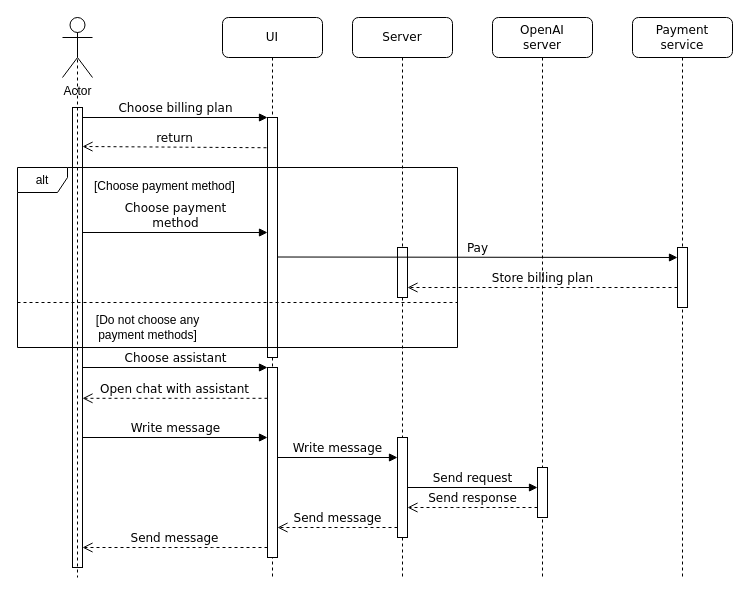
This is docs/raw_figs/system_logical_architecture.drawio from lyphrowny/Porphiriy, a draw.io file, before an edit. Source tidied: cells renumbered, new cells numbered last; positions are measured from the earlier drawing's top-left corner, leaving out a move shared by most shapes. Both pictures are drawn from the tidied source at 100%, with x=0, y=0 at pixel (17, 17).
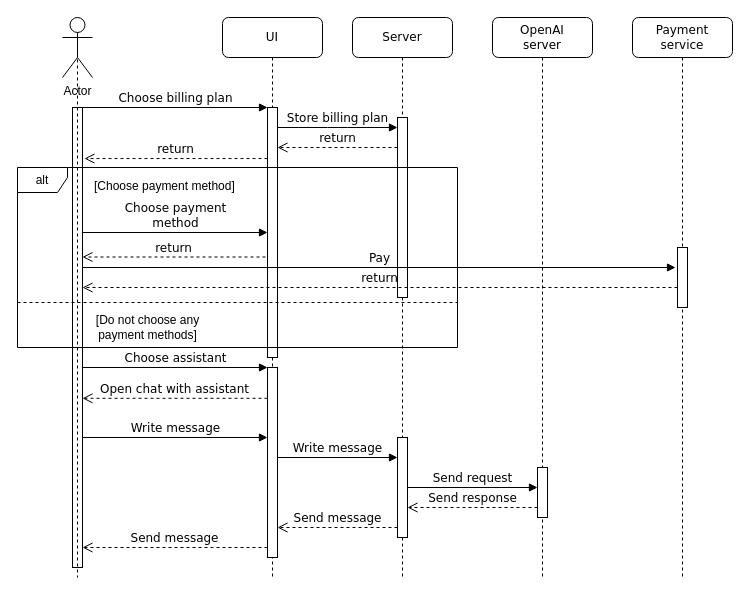
Above is the later version.

The change refers to these unchanged cells:
```xml
<mxCell id="2" value="UI" style="shape=umlLifeline;perimeter=lifelinePerimeter;whiteSpace=wrap;html=1;rounded=1;shadow=0;comic=0;labelBackgroundColor=none;strokeWidth=1;fontFamily=Verdana;fontSize=12;align=center;" parent="1" vertex="1">
  <mxGeometry x="205" width="100" height="560" as="geometry" />
</mxCell>
<mxCell id="5" value="Server" style="shape=umlLifeline;perimeter=lifelinePerimeter;whiteSpace=wrap;html=1;rounded=1;shadow=0;comic=0;labelBackgroundColor=none;strokeWidth=1;fontFamily=Verdana;fontSize=12;align=center;" parent="1" vertex="1">
  <mxGeometry x="335" width="100" height="560" as="geometry" />
</mxCell>
<mxCell id="9" value="Payment&lt;br&gt;service" style="shape=umlLifeline;perimeter=lifelinePerimeter;whiteSpace=wrap;html=1;rounded=1;shadow=0;comic=0;labelBackgroundColor=none;strokeWidth=1;fontFamily=Verdana;fontSize=12;align=center;" parent="1" vertex="1">
  <mxGeometry x="615" width="100" height="560" as="geometry" />
</mxCell>
<mxCell id="11" style="html=1;points=[];perimeter=orthogonalPerimeter;rounded=0;shadow=0;comic=0;labelBackgroundColor=none;strokeWidth=1;fontFamily=Verdana;fontSize=12;align=center;" parent="9" vertex="1">
  <mxGeometry x="45" y="230" width="10" height="60" as="geometry" />
</mxCell>
<mxCell id="15" style="html=1;points=[];perimeter=orthogonalPerimeter;rounded=0;shadow=0;comic=0;labelBackgroundColor=none;strokeWidth=1;fontFamily=Verdana;fontSize=12;align=center;" parent="1" vertex="1">
  <mxGeometry x="55" y="90" width="10" height="460" as="geometry" />
</mxCell>
<mxCell id="19" value="alt" style="shape=umlFrame;whiteSpace=wrap;html=1;width=50;height=25;" parent="1" vertex="1">
  <mxGeometry y="150" width="440" height="180" as="geometry" />
</mxCell>
```

What changed in the source:
```diff
@@
     <mxCell id="3" style="html=1;points=[];perimeter=orthogonalPerimeter;rounded=0;shadow=0;comic=0;labelBackgroundColor=none;strokeWidth=1;fontFamily=Verdana;fontSize=12;align=center;" parent="2" vertex="1">
-      <mxGeometry x="45" y="100" width="10" height="240" as="geometry" />
+      <mxGeometry x="45" y="90" width="10" height="250" as="geometry" />
     </mxCell>
@@
+    <mxCell id="18" value="return" style="html=1;verticalAlign=bottom;endArrow=open;dashed=1;endSize=8;labelBackgroundColor=none;fontFamily=Verdana;fontSize=12;" parent="2" edge="1">
+      <mxGeometry relative="1" as="geometry">
+        <mxPoint x="175" y="130" as="sourcePoint" />
+        <mxPoint x="55" y="130" as="targetPoint" />
+      </mxGeometry>
+    </mxCell>
+    <mxCell id="32" value="Store billing plan" style="html=1;verticalAlign=bottom;endArrow=block;labelBackgroundColor=none;fontFamily=Verdana;fontSize=12;edgeStyle=elbowEdgeStyle;elbow=vertical;" parent="2" edge="1">
+      <mxGeometry relative="1" as="geometry">
+        <mxPoint x="55" y="110" as="sourcePoint" />
+        <mxPoint x="175" y="110" as="targetPoint" />
+      </mxGeometry>
+    </mxCell>
@@
     <mxCell id="6" style="html=1;points=[];perimeter=orthogonalPerimeter;rounded=0;shadow=0;comic=0;labelBackgroundColor=none;strokeWidth=1;fontFamily=Verdana;fontSize=12;align=center;" parent="5" vertex="1">
-      <mxGeometry x="45" y="230" width="10" height="50" as="geometry" />
+      <mxGeometry x="45" y="100" width="10" height="180" as="geometry" />
     </mxCell>
@@
-    <mxCell id="10" value="Store billing plan" style="html=1;verticalAlign=bottom;endArrow=open;dashed=1;endSize=8;labelBackgroundColor=none;fontFamily=Verdana;fontSize=12;edgeStyle=elbowEdgeStyle;elbow=vertical;" parent="9" edge="1" target="6">
+    <mxCell id="10" value="return" style="html=1;verticalAlign=bottom;endArrow=open;dashed=1;endSize=8;labelBackgroundColor=none;fontFamily=Verdana;fontSize=12;edgeStyle=elbowEdgeStyle;elbow=vertical;entryX=1;entryY=0.391;entryDx=0;entryDy=0;entryPerimeter=0;" parent="9" edge="1" target="15">
       <mxGeometry relative="1" as="geometry">
         <mxPoint x="45" y="270" as="sourcePoint" />
         <Array as="points">
           <mxPoint x="-10" y="270" />
           <mxPoint x="20" y="270" />
         </Array>
       </mxGeometry>
     </mxCell>
@@
-    <mxCell id="18" value="return" style="html=1;verticalAlign=bottom;endArrow=open;dashed=1;endSize=8;labelBackgroundColor=none;fontFamily=Verdana;fontSize=12;exitX=-0.1;exitY=0.126;exitDx=0;exitDy=0;exitPerimeter=0;" parent="1" edge="1" source="3">
-      <mxGeometry relative="1" as="geometry">
-        <mxPoint x="65" y="129" as="targetPoint" />
-      </mxGeometry>
-    </mxCell>
@@
+    <mxCell id="33" value="return" style="html=1;verticalAlign=bottom;endArrow=open;dashed=1;endSize=8;labelBackgroundColor=none;fontFamily=Verdana;fontSize=12;entryX=1.2;entryY=0.111;entryDx=0;entryDy=0;entryPerimeter=0;" parent="19" edge="1">
+      <mxGeometry relative="1" as="geometry">
+        <mxPoint x="248" y="89.5" as="sourcePoint" />
+        <mxPoint x="65" y="89.5" as="targetPoint" />
+      </mxGeometry>
+    </mxCell>
-    <mxCell id="24" value="Pay" style="html=1;verticalAlign=bottom;endArrow=block;labelBackgroundColor=none;fontFamily=Verdana;fontSize=12;edgeStyle=elbowEdgeStyle;elbow=vertical;" parent="19" edge="1" target="11">
+    <mxCell id="24" value="Pay" style="html=1;verticalAlign=bottom;endArrow=block;labelBackgroundColor=none;fontFamily=Verdana;fontSize=12;edgeStyle=elbowEdgeStyle;elbow=vertical;exitX=1.2;exitY=0.326;exitDx=0;exitDy=0;exitPerimeter=0;" parent="19" edge="1">
       <mxGeometry relative="1" as="geometry">
-        <mxPoint x="260" y="89.5" as="sourcePoint" />
+        <mxPoint x="65" y="100" as="sourcePoint" />
+        <mxPoint x="658" y="100" as="targetPoint" />
       </mxGeometry>
     </mxCell>
@@
+    <mxCell id="34" value="return" style="html=1;verticalAlign=bottom;endArrow=open;dashed=1;endSize=8;labelBackgroundColor=none;fontFamily=Verdana;fontSize=12;entryX=1.2;entryY=0.111;entryDx=0;entryDy=0;entryPerimeter=0;" parent="1" edge="1" source="3" target="15">
+      <mxGeometry relative="1" as="geometry" />
+    </mxCell>
```
